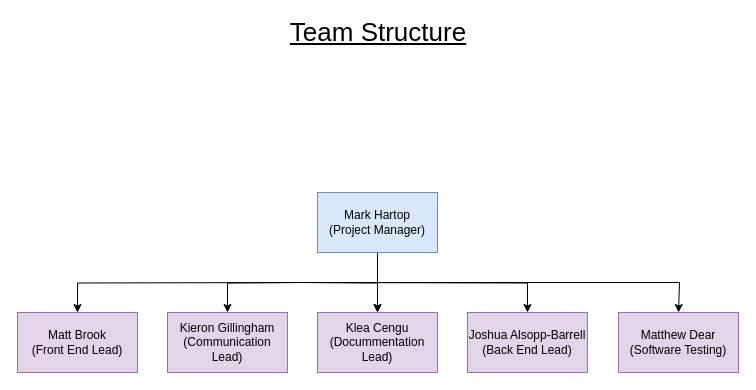
This is Team Structure Diagram/Team Structure.drawio from mattdear/temperature-transmitter, a draw.io file, before an edit. Source tidied: cells renumbered, new cells numbered last; positions are measured from the earlier drawing's top-left corner, leaving out a move shared by most shapes. Both pictures are drawn from the tidied source at 100%, with x=0, y=0 at pixel (17, 22).
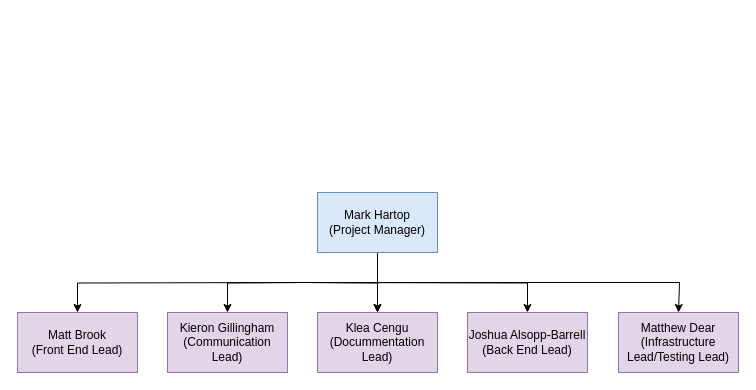
After the change.

Commit message (it also covers changes not shown here):
docs[team structure]: changed matts role

Diff of the diagram source:
```diff
@@
 <mxGraphModel>
   <root>
     <mxCell id="0" />
     <mxCell id="1" parent="0" />
-    <mxCell id="2" value="Matthew Dear&lt;br&gt;(Software Testing)" style="rounded=0;whiteSpace=wrap;html=1;fillColor=#e1d5e7;strokeColor=#9673a6;" parent="1" vertex="1">
+    <mxCell id="2" value="Matthew Dear&lt;br&gt;(Infrastructure Lead/Testing Lead)" style="rounded=0;whiteSpace=wrap;html=1;fillColor=#e1d5e7;strokeColor=#9673a6;" parent="1" vertex="1">
       <mxGeometry x="601" y="290" width="120" height="60" as="geometry" />
     </mxCell>
     <mxCell id="3" style="edgeStyle=orthogonalEdgeStyle;rounded=0;jettySize=auto;html=1;exitX=0.5;exitY=1;exitDx=0;exitDy=0;entryX=0.5;entryY=0;entryDx=0;entryDy=0;" parent="1" edge="1" target="11">
       <mxGeometry relative="1" as="geometry">
         <mxPoint x="285.5" y="260" as="sourcePoint" />
       </mxGeometry>
     </mxCell>
     <mxCell id="4" style="edgeStyle=orthogonalEdgeStyle;rounded=0;jettySize=auto;html=1;exitX=0.5;exitY=1;exitDx=0;exitDy=0;entryX=0.5;entryY=0;entryDx=0;entryDy=0;" parent="1" edge="1" target="12">
       <mxGeometry relative="1" as="geometry">
         <mxPoint x="285.5" y="260" as="sourcePoint" />
       </mxGeometry>
     </mxCell>
     <mxCell id="5" style="edgeStyle=orthogonalEdgeStyle;rounded=0;jettySize=auto;html=1;exitX=0.5;exitY=1;exitDx=0;exitDy=0;entryX=0.5;entryY=0;entryDx=0;entryDy=0;" parent="1" edge="1" target="13">
       <mxGeometry relative="1" as="geometry">
         <mxPoint x="285.5" y="260" as="sourcePoint" />
       </mxGeometry>
     </mxCell>
     <mxCell id="6" style="edgeStyle=orthogonalEdgeStyle;rounded=0;jettySize=auto;html=1;exitX=0.5;exitY=1;exitDx=0;exitDy=0;entryX=0.5;entryY=0;entryDx=0;entryDy=0;" parent="1" edge="1" target="10">
       <mxGeometry relative="1" as="geometry">
         <mxPoint x="285.5" y="260" as="sourcePoint" />
       </mxGeometry>
     </mxCell>
     <mxCell id="7" style="edgeStyle=orthogonalEdgeStyle;rounded=0;jettySize=auto;html=1;exitX=0.5;exitY=1;exitDx=0;exitDy=0;entryX=0.5;entryY=0;entryDx=0;entryDy=0;" parent="1" edge="1" target="2">
       <mxGeometry relative="1" as="geometry">
         <mxPoint x="285.5" y="260" as="sourcePoint" />
         <Array as="points">
           <mxPoint x="662" y="260" />
         </Array>
       </mxGeometry>
     </mxCell>
     <mxCell id="8" style="edgeStyle=orthogonalEdgeStyle;rounded=0;jettySize=auto;html=1;exitX=0.5;exitY=1;exitDx=0;exitDy=0;entryX=0.5;entryY=0;entryDx=0;entryDy=0;" parent="1" edge="1" source="9" target="12">
       <mxGeometry relative="1" as="geometry" />
     </mxCell>
     <mxCell id="9" value="Mark Hartop&lt;br&gt;(Project Manager)" style="rounded=0;whiteSpace=wrap;html=1;fillColor=#dae8fc;strokeColor=#6c8ebf;" parent="1" vertex="1">
       <mxGeometry x="300" y="170" width="120" height="60" as="geometry" />
     </mxCell>
     <mxCell id="10" value="Matt Brook&lt;br&gt;(Front End Lead)" style="rounded=0;whiteSpace=wrap;html=1;fillColor=#e1d5e7;strokeColor=#9673a6;" parent="1" vertex="1">
       <mxGeometry y="290" width="120" height="60" as="geometry" />
     </mxCell>
     <mxCell id="11" value="Kieron Gillingham&lt;br&gt;(Communication Lead)" style="rounded=0;whiteSpace=wrap;html=1;fillColor=#e1d5e7;strokeColor=#9673a6;" parent="1" vertex="1">
       <mxGeometry x="150" y="290" width="120" height="60" as="geometry" />
     </mxCell>
     <mxCell id="12" value="Klea Cengu&lt;br&gt;(Docummentation Lead)" style="rounded=0;whiteSpace=wrap;html=1;fillColor=#e1d5e7;strokeColor=#9673a6;" parent="1" vertex="1">
       <mxGeometry x="300" y="290" width="120" height="60" as="geometry" />
     </mxCell>
     <mxCell id="13" value="Joshua Alsopp-Barrell&lt;br&gt;(Back End Lead)" style="rounded=0;whiteSpace=wrap;html=1;fillColor=#e1d5e7;strokeColor=#9673a6;" parent="1" vertex="1">
       <mxGeometry x="450" y="290" width="120" height="60" as="geometry" />
     </mxCell>
-    <mxCell id="14" value="&lt;font style=&quot;font-size: 26px&quot;&gt;&lt;u&gt;Team Structure&lt;/u&gt;&lt;/font&gt;" style="text;html=1;strokeColor=none;fillColor=none;align=center;verticalAlign=middle;whiteSpace=wrap;rounded=0;" parent="1" vertex="1">
-      <mxGeometry x="259" width="204" height="20" as="geometry" />
-    </mxCell>
   </root>
 </mxGraphModel>
```
